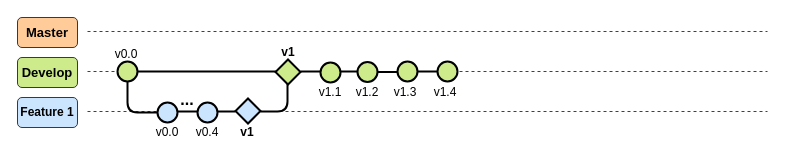
Before: page "Develop" (2 of 3) of 03_ImagenesRepo/01_GitFlow.drawio in LEOSZ8/Tesis_Msc_LSZ, a draw.io diagram. Source tidied: cells renumbered, new cells numbered last; positions are measured from the earlier drawing's top-left corner, leaving out a move shared by most shapes. Both pictures are drawn from the tidied source at 100%, with x=0, y=0 at pixel (17, 17).
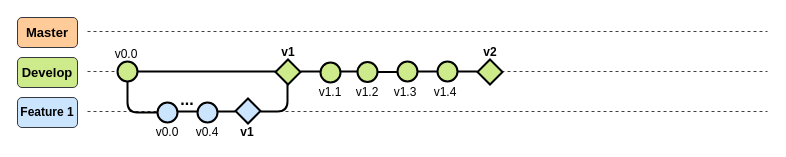
The same diagram, later.

What changed in the source:
```diff
@@
+    <mxCell id="36" style="rhombus;whiteSpace=wrap;html=1;fillColor=#CDEB8B;strokeColor=#000000;strokeWidth=2;" parent="1" vertex="1">
+      <mxGeometry x="460" y="42" width="25" height="25" as="geometry" />
+    </mxCell>
+    <mxCell id="37" style="edgeStyle=orthogonalEdgeStyle;rounded=0;orthogonalLoop=1;jettySize=auto;html=1;endArrow=none;endFill=0;strokeWidth=2;" parent="1" edge="1">
+      <mxGeometry relative="1" as="geometry">
+        <mxPoint x="440" y="54" as="sourcePoint" />
+        <mxPoint x="460" y="54" as="targetPoint" />
+      </mxGeometry>
+    </mxCell>
+    <mxCell id="38" value="v2" style="text;html=1;align=center;verticalAlign=middle;whiteSpace=wrap;rounded=0;fontStyle=1;" parent="1" vertex="1">
+      <mxGeometry x="458" y="30" width="30" height="10" as="geometry" />
+    </mxCell>
```
